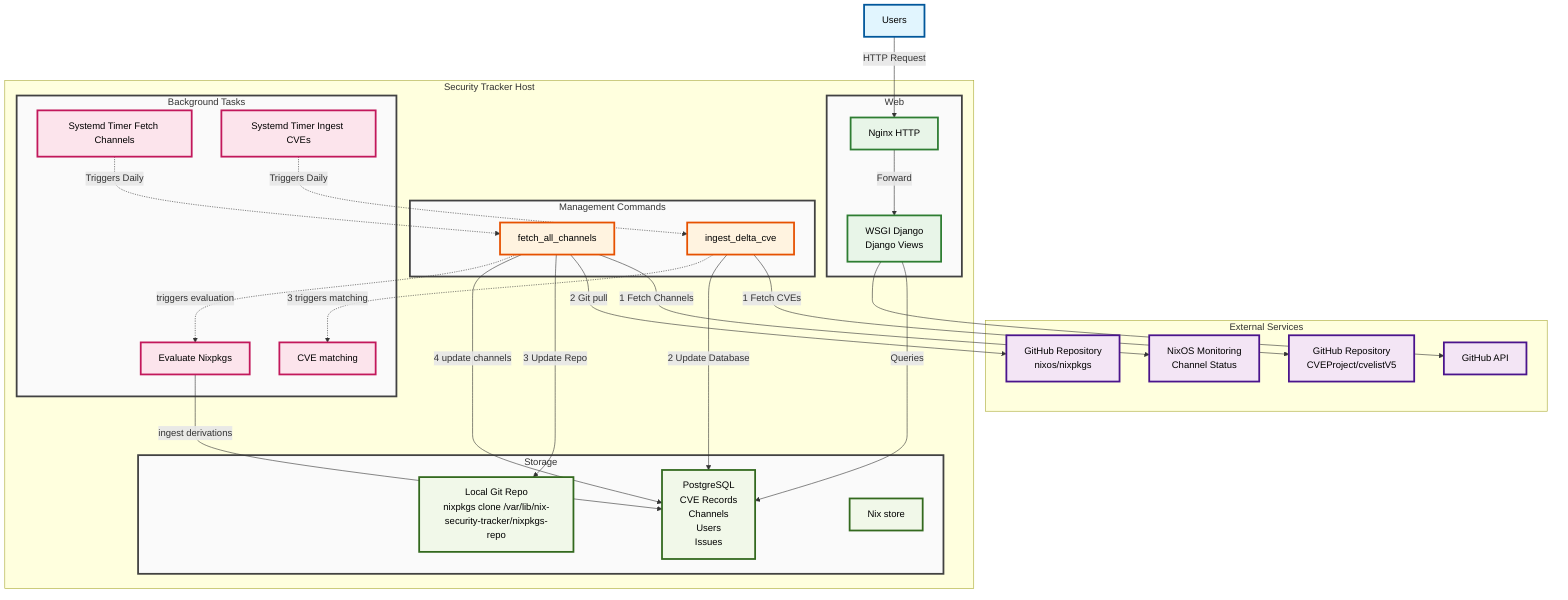
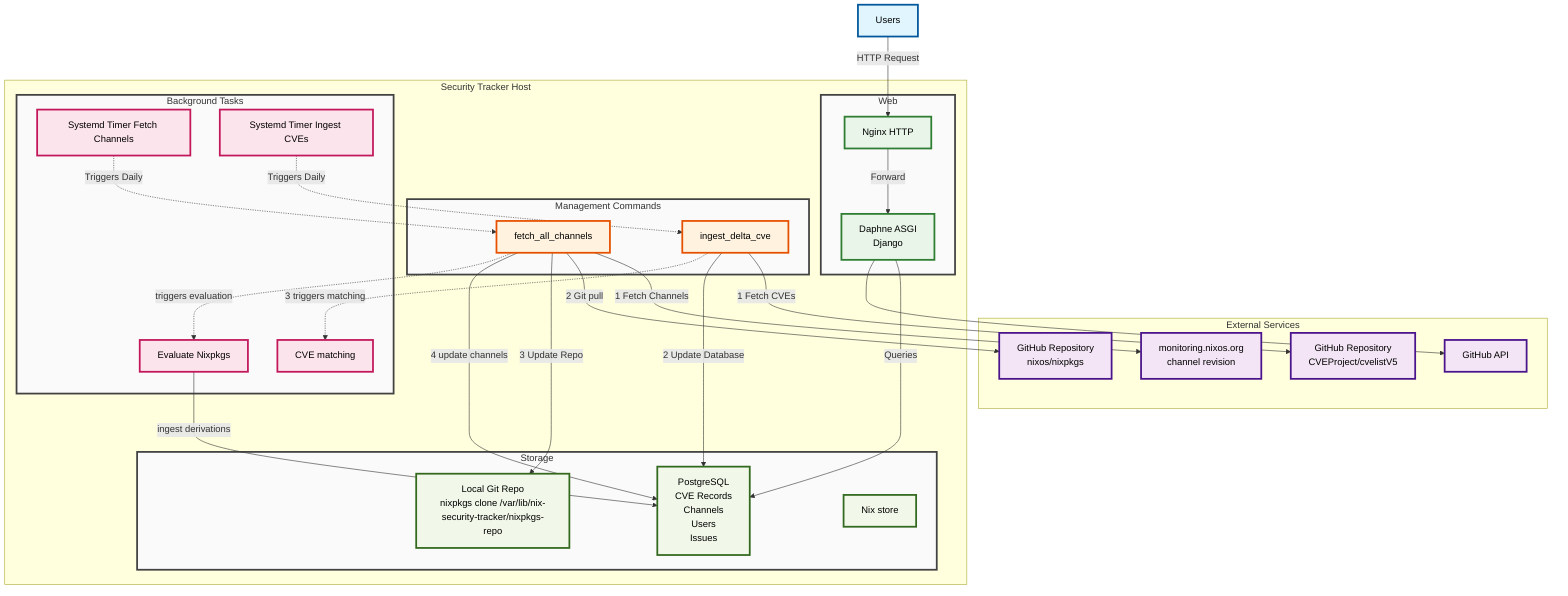
graph TB
    Users["Users"]

    subgraph External["External Services"]
        GitHub["GitHub API"]
        GitHubNixos["GitHub Repository<br/>nixos/nixpkgs"]
        GitHubCVEs["GitHub Repository<br/>CVEProject/cvelistV5"]
-         NixMonitoring["NixOS Monitoring<br/>Channel Status"]
+         NixMonitoring["monitoring.nixos.org<br/>channel revision"]
    end

    subgraph SecurityTracker ["Security Tracker Host"]
	  subgraph Web["Web"]
		  Nginx["Nginx HTTP"]
- 		  WSGI["WSGI Django<br/>Django Views"]
+ 		  DaphneAsgi["Daphne ASGI<br/>Django"]
	  end

	  subgraph ManageCommands["Management Commands"]
		  FetchAllChannels["fetch_all_channels"]
		  IngestCVEs["ingest_delta_cve"]
	  end

	  subgraph Background["Background Tasks"]
		  SystemdTimerChannels["Systemd Timer Fetch Channels"]
		  SystemdTimerCVEs["Systemd Timer Ingest CVEs"]
          NixEval["Evaluate Nixpkgs"]
          MatchingListener["CVE matching"]
	  end

	  subgraph Storage["Storage"]
		  PostgreSQL["PostgreSQL<br/>CVE Records<br/>Channels<br/>Users<br/>Issues"]
		  LocalGitCheckout["Local Git Repo<br/>nixpkgs clone /var/lib/nix-security-tracker/nixpkgs-repo"]
		  NixStore["Nix store"]
	  end

    end

	%% User interactions
- 	Users -->|HTTP Request| Nginx -->|Forward| WSGI -->|Queries| PostgreSQL
-     WSGI --> GitHub
+ 	Users -->|HTTP Request| Nginx -->|Forward| DaphneAsgi -->|Queries| PostgreSQL
+     DaphneAsgi --> GitHub

    %% Timers
    SystemdTimerChannels -.->|Triggers Daily| FetchAllChannels
    FetchAllChannels -->|1 Fetch Channels| NixMonitoring
    FetchAllChannels -->|2 Git pull| GitHubNixos
    FetchAllChannels -->|3 Update Repo| LocalGitCheckout
    FetchAllChannels -->|4 update channels| PostgreSQL
    FetchAllChannels -.->|triggers evaluation| NixEval
    NixEval -->|ingest derivations| PostgreSQL

    SystemdTimerCVEs -.->|Triggers Daily| IngestCVEs
    IngestCVEs -->|1 Fetch CVEs| GitHubCVEs
    IngestCVEs -->|2 Update Database| PostgreSQL
    IngestCVEs -.->|3 triggers matching| MatchingListener

  classDef userClass fill:#e1f5fe,stroke:#01579b,stroke-width:3px,color:#000
    classDef externalClass fill:#f3e5f5,stroke:#4a148c,stroke-width:3px,color:#000
    classDef webClass fill:#e8f5e8,stroke:#2e7d32,stroke-width:3px,color:#000
    classDef commandClass fill:#fff3e0,stroke:#e65100,stroke-width:3px,color:#000
    classDef backgroundClass fill:#fce4ec,stroke:#c2185b,stroke-width:3px,color:#000
    classDef storageClass fill:#f1f8e9,stroke:#33691e,stroke-width:3px,color:#000
    classDef subgraphClass fill:#fafafa,stroke:#424242,stroke-width:3px

    class Users userClass
    class GitHub,GitHubNixos,GitHubCVEs,NixMonitoring externalClass
-     class Nginx,WSGI webClass
+     class Nginx,DaphneAsgi webClass
    class FetchAllChannels,IngestCVEs commandClass
    class SystemdTimerChannels,SystemdTimerCVEs,NixEval,MatchingListener backgroundClass
    class PostgreSQL,LocalGitCheckout,NixStore storageClass
    class Storage,Background,ManageCommands,Web subgraphClass

    click FetchAllChannels "https://github.com/NixOS/nix-security-tracker/blob/main/src/shared/management/commands/fetch_all_channels.py" "fetch_all_channels"
    click IngestCVEs "https://github.com/NixOS/nix-security-tracker/blob/main/src/shared/management/commands/ingest_delta_cve.py" "ingest_delta_cve"
    click NixEval "https://github.com/NixOS/nix-security-tracker/blob/main/src/shared/listeners/nix_evaluation.py" "Evaluate Nixpkgs"
    click MatchingListener "https://github.com/NixOS/nix-security-tracker/blob/main/src/shared/listeners/automatic_linkage.py" "CVE matching"
-     click WSGI "https://github.com/NixOS/nix-security-tracker/blob/main/src/project/asgi.py" "Daphne ASGI"
+     click DaphneAsgi "https://github.com/NixOS/nix-security-tracker/blob/main/src/project/asgi.py" "Daphne ASGI"
